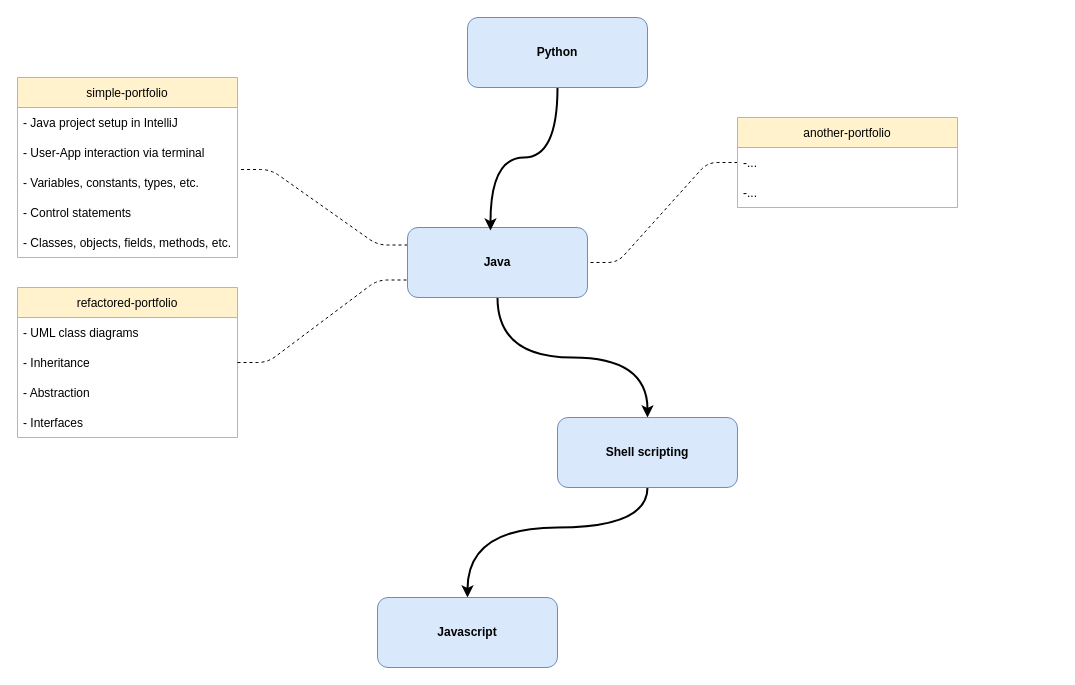
Before: programming_journey.drawio in mykingdomforapawn/software-architecture-journey, a draw.io diagram. Source tidied: cells renumbered, new cells numbered last; positions are measured from the earlier drawing's top-left corner, leaving out a move shared by most shapes. Both pictures are drawn from the tidied source at 100%, with x=0, y=0 at pixel (17, 17).
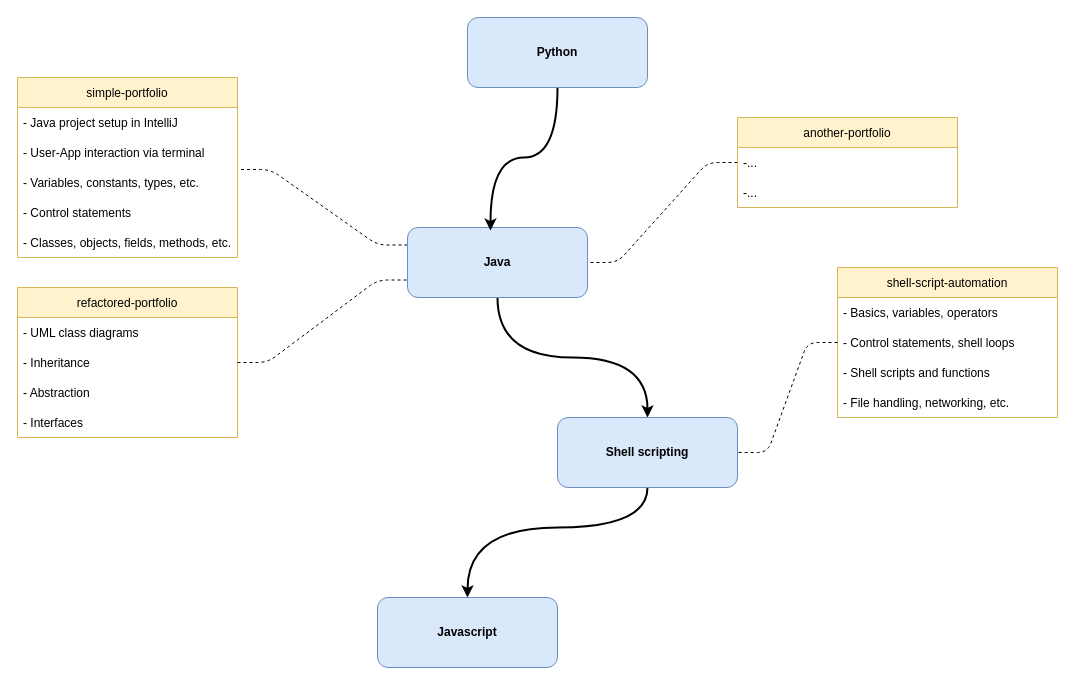
Above is the later version.

Commit message (it also covers changes not shown here):
Add shell scripting

The change refers to these unchanged cells:
```xml
<mxCell id="18" value="&lt;b&gt;Shell scripting&lt;/b&gt;" style="rounded=1;whiteSpace=wrap;html=1;fillColor=#dae8fc;strokeColor=#6c8ebf;" parent="1" vertex="1">
  <mxGeometry x="540" y="400" width="180" height="70" as="geometry" />
</mxCell>
```

The edit, as a diff of the source:
```diff
@@
+    <mxCell id="26" value="shell-script-automation" style="swimlane;fontStyle=0;horizontal=1;startSize=30;fillColor=#fff2cc;strokeColor=#d6b656;" parent="1" vertex="1">
+      <mxGeometry x="820" y="250" width="220" height="150" as="geometry" />
+    </mxCell>
+    <mxCell id="27" value="- Basics, variables, operators" style="text;strokeColor=none;fillColor=none;align=left;verticalAlign=middle;spacingLeft=4;spacingRight=4;overflow=hidden;" parent="26" vertex="1">
+      <mxGeometry y="30" width="220" height="30" as="geometry" />
+    </mxCell>
+    <mxCell id="28" value="- Control statements, shell loops" style="text;strokeColor=none;fillColor=none;align=left;verticalAlign=middle;spacingLeft=4;spacingRight=4;overflow=hidden;points=[[0,0.5],[1,0.5]];portConstraint=eastwest;" parent="26" vertex="1">
+      <mxGeometry y="60" width="220" height="30" as="geometry" />
+    </mxCell>
+    <mxCell id="29" value="- Shell scripts and functions" style="text;strokeColor=none;fillColor=none;align=left;verticalAlign=middle;spacingLeft=4;spacingRight=4;overflow=hidden;" parent="26" vertex="1">
+      <mxGeometry y="90" width="220" height="30" as="geometry" />
+    </mxCell>
+    <mxCell id="30" value="- File handling, networking, etc. " style="text;strokeColor=none;fillColor=none;align=left;verticalAlign=middle;spacingLeft=4;spacingRight=4;overflow=hidden;" parent="26" vertex="1">
+      <mxGeometry y="120" width="220" height="30" as="geometry" />
+    </mxCell>
+    <mxCell id="31" style="edgeStyle=entityRelationEdgeStyle;rounded=1;jettySize=auto;html=1;entryX=1;entryY=0.5;entryDx=0;entryDy=0;endArrow=none;dashed=1;endFill=0;exitX=0;exitY=0.5;exitDx=0;exitDy=0;" parent="1" edge="1" source="28" target="18">
+      <mxGeometry relative="1" as="geometry" />
+    </mxCell>
```
